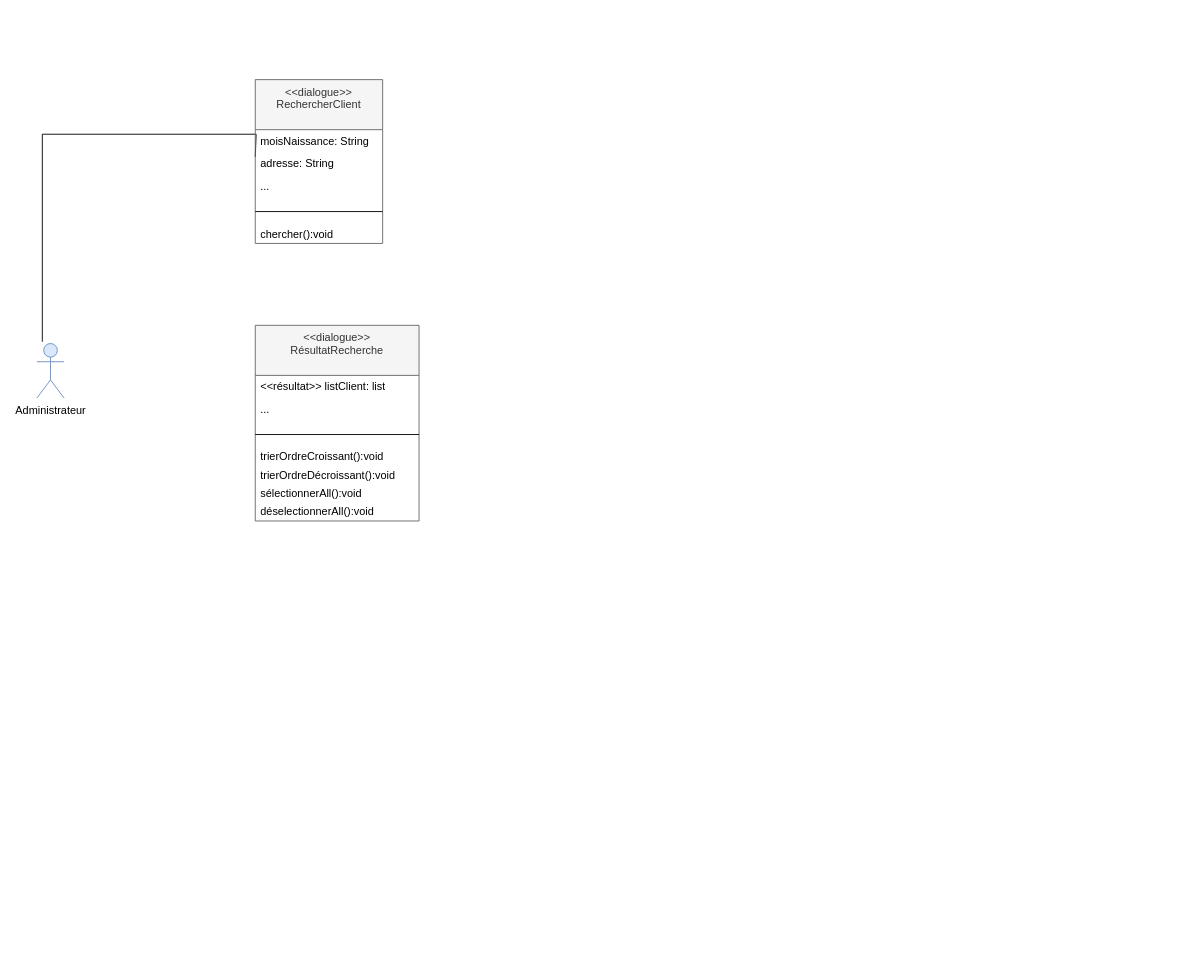
Earlier version of the draw.io diagram Diagramme-dcp-katina.drawio (kbvac/Diagramme-UML). Source tidied: cells renumbered, new cells numbered last; positions are measured from the earlier drawing's top-left corner, leaving out a move shared by most shapes. Both pictures are drawn from the tidied source at 91%, with x=0, y=0 at pixel (36, 79).
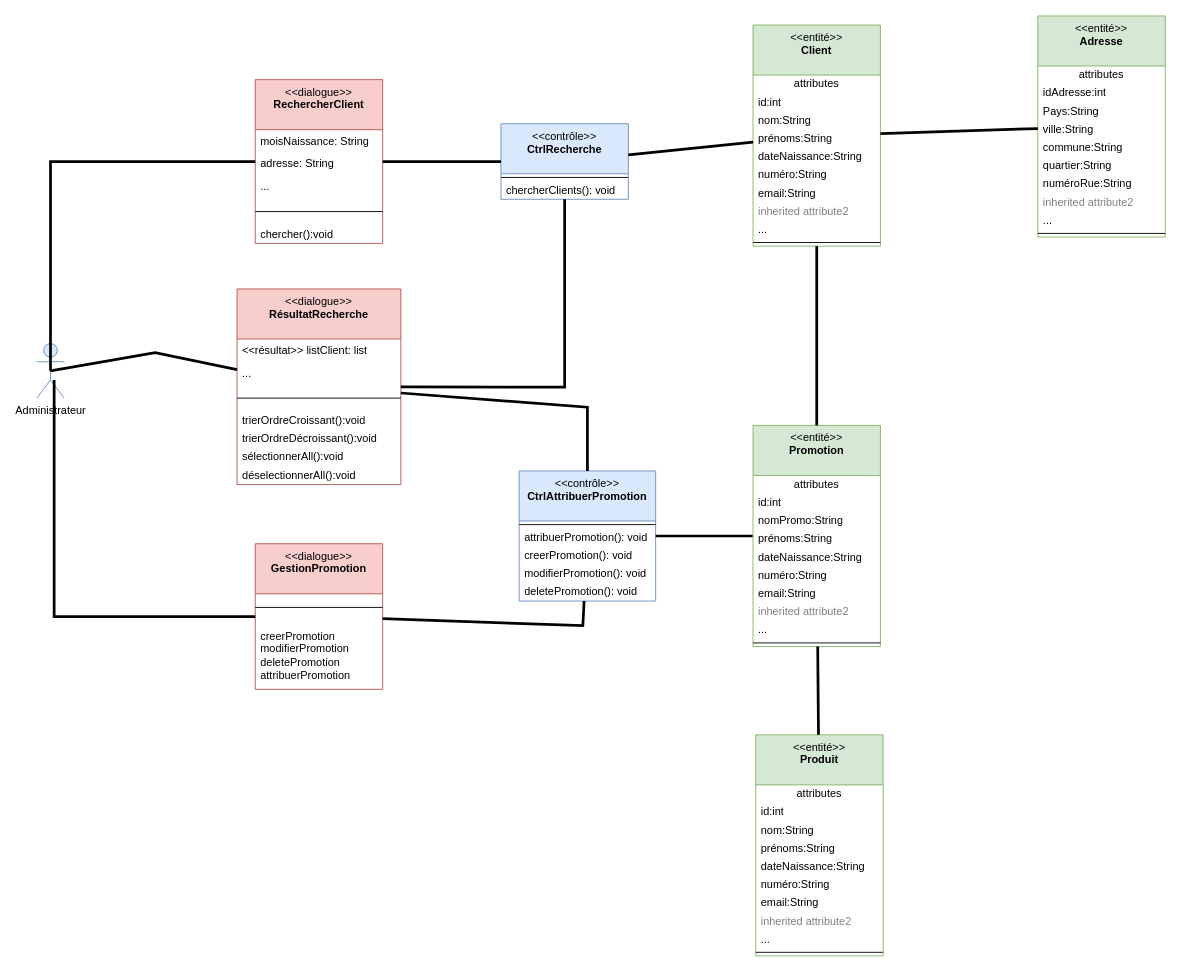
The same page after the edit.

Commit message (it also covers changes not shown here):
Mettre à jour Diagramme-dcp-katina.drawio

Unchanged cells that the change refers to:
```xml
<mxCell id="2" value="Administrateur" style="shape=umlActor;verticalLabelPosition=bottom;verticalAlign=top;html=1;fillColor=#dae8fc;strokeColor=#6c8ebf;" parent="1" vertex="1">
  <mxGeometry y="290" width="30" height="60" as="geometry" />
</mxCell>
```

Change to the diagram source:
```diff
@@
-    <mxCell id="3" style="endArrow=none;startArrow=none;endFill=0;startFill=0;endSize=8;html=1;verticalAlign=bottom;labelBackgroundColor=none;strokeWidth=1;rounded=0;exitX=0.2;exitY=-0.033;exitDx=0;exitDy=0;exitPerimeter=0;edgeStyle=orthogonalEdgeStyle;entryX=0;entryY=0.5;entryDx=0;entryDy=0;" parent="1" edge="1" source="2">
-      <mxGeometry relative="1" as="geometry">
-        <mxPoint x="240" y="85" as="targetPoint" />
-        <Array as="points">
-          <mxPoint x="6" y="60" />
-          <mxPoint x="241" y="60" />
-        </Array>
-      </mxGeometry>
-    </mxCell>
-    <mxCell id="4" value="&amp;lt;&amp;lt;dialogue&amp;gt;&amp;gt;&lt;br&gt;RechercherClient" style="swimlane;fontStyle=0;align=center;verticalAlign=top;horizontal=1;startSize=55;html=1;whiteSpace=wrap;fillColor=#f5f5f5;fontColor=#333333;strokeColor=#666666;" parent="1" vertex="1">
+    <mxCell id="4" value="&amp;lt;&amp;lt;dialogue&amp;gt;&amp;gt;&lt;br&gt;&lt;b&gt;RechercherClient&lt;/b&gt;" style="swimlane;fontStyle=0;align=center;verticalAlign=top;horizontal=1;startSize=55;html=1;whiteSpace=wrap;fillColor=#f8cecc;strokeColor=#b85450;" parent="1" vertex="1">
       <mxGeometry x="240" width="140" height="180" as="geometry" />
     </mxCell>
@@
-    <mxCell id="10" value="&amp;lt;&amp;lt;dialogue&amp;gt;&amp;gt;&lt;br&gt;RésultatRecherche" style="swimlane;fontStyle=0;align=center;verticalAlign=top;horizontal=1;startSize=55;html=1;whiteSpace=wrap;fillColor=#f5f5f5;fontColor=#333333;strokeColor=#666666;" parent="1" vertex="1">
-      <mxGeometry x="240" y="270" width="180" height="215" as="geometry" />
+    <mxCell id="10" value="&amp;lt;&amp;lt;dialogue&amp;gt;&amp;gt;&lt;br&gt;&lt;b&gt;RésultatRecherche&lt;/b&gt;" style="swimlane;fontStyle=0;align=center;verticalAlign=top;horizontal=1;startSize=55;html=1;whiteSpace=wrap;fillColor=#f8cecc;strokeColor=#b85450;" parent="1" vertex="1">
+      <mxGeometry x="220" y="230" width="180" height="215" as="geometry" />
     </mxCell>
@@
+    <mxCell id="18" value="&amp;lt;&amp;lt;contrôle&amp;gt;&amp;gt;&lt;br&gt;&lt;b&gt;CtrlRecherche&lt;/b&gt;" style="swimlane;fontStyle=0;align=center;verticalAlign=top;horizontal=1;startSize=55;html=1;whiteSpace=wrap;fillColor=#dae8fc;strokeColor=#6c8ebf;" parent="1" vertex="1">
+      <mxGeometry x="510" y="48.5" width="140" height="83" as="geometry" />
+    </mxCell>
+    <mxCell id="19" style="line;strokeWidth=1;fillColor=none;align=left;verticalAlign=middle;spacingTop=-1;spacingLeft=3;spacingRight=3;labelPosition=right;" parent="18" vertex="1">
+      <mxGeometry y="55" width="140" height="8" as="geometry" />
+    </mxCell>
+    <mxCell id="20" value="chercherClients(): void" style="text;html=1;strokeColor=none;fillColor=none;align=left;verticalAlign=middle;spacingLeft=4;spacingRight=4;overflow=hidden;whiteSpace=wrap;" parent="18" vertex="1">
+      <mxGeometry y="63" width="140" height="20" as="geometry" />
+    </mxCell>
+    <mxCell id="21" style="endArrow=none;startArrow=none;endFill=0;startFill=0;endSize=8;html=1;verticalAlign=bottom;labelBackgroundColor=none;strokeWidth=3;rounded=0;exitX=0.5;exitY=0.5;exitDx=0;exitDy=0;exitPerimeter=0;" parent="1" edge="1" source="2" target="10">
+      <mxGeometry relative="1" as="geometry">
+        <Array as="points">
+          <mxPoint x="130" y="300" />
+        </Array>
+      </mxGeometry>
+    </mxCell>
+    <mxCell id="22" style="endArrow=none;startArrow=none;endFill=0;startFill=0;endSize=8;html=1;verticalAlign=bottom;labelBackgroundColor=none;strokeWidth=3;rounded=0;exitX=0.5;exitY=0.5;exitDx=0;exitDy=0;exitPerimeter=0;" parent="1" edge="1" source="2" target="4">
+      <mxGeometry relative="1" as="geometry">
+        <Array as="points">
+          <mxPoint x="15" y="90" />
+        </Array>
+      </mxGeometry>
+    </mxCell>
+    <mxCell id="23" style="endArrow=none;startArrow=none;endFill=0;startFill=0;endSize=8;html=1;verticalAlign=bottom;labelBackgroundColor=none;strokeWidth=3;rounded=0;" parent="1" edge="1" source="4" target="18">
+      <mxGeometry relative="1" as="geometry" />
+    </mxCell>
+    <mxCell id="24" value="&amp;lt;&amp;lt;entité&amp;gt;&amp;gt;&lt;br&gt;&lt;b&gt;Client&lt;/b&gt;" style="swimlane;fontStyle=0;align=center;verticalAlign=top;horizontal=1;startSize=55;html=1;whiteSpace=wrap;fillColor=#d5e8d4;strokeColor=#82b366;" parent="1" vertex="1">
+      <mxGeometry x="787" y="-60" width="140" height="243" as="geometry" />
+    </mxCell>
+    <mxCell id="25" value="attributes" style="text;html=1;strokeColor=none;fillColor=none;align=center;verticalAlign=middle;spacingLeft=4;spacingRight=4;overflow=hidden;whiteSpace=wrap;" parent="24" vertex="1">
+      <mxGeometry y="55" width="140" height="20" as="geometry" />
+    </mxCell>
+    <mxCell id="26" value="id:int" style="text;html=1;strokeColor=none;fillColor=none;align=left;verticalAlign=middle;spacingLeft=4;spacingRight=4;overflow=hidden;whiteSpace=wrap;" parent="24" vertex="1">
+      <mxGeometry y="75" width="140" height="20" as="geometry" />
+    </mxCell>
+    <mxCell id="27" value="nom:String" style="text;html=1;strokeColor=none;fillColor=none;align=left;verticalAlign=middle;spacingLeft=4;spacingRight=4;overflow=hidden;whiteSpace=wrap;" parent="24" vertex="1">
+      <mxGeometry y="95" width="140" height="20" as="geometry" />
+    </mxCell>
+    <mxCell id="28" value="prénoms:String" style="text;html=1;strokeColor=none;fillColor=none;align=left;verticalAlign=middle;spacingLeft=4;spacingRight=4;overflow=hidden;whiteSpace=wrap;" parent="24" vertex="1">
+      <mxGeometry y="115" width="140" height="20" as="geometry" />
+    </mxCell>
+    <mxCell id="29" value="dateNaissance:String" style="text;html=1;strokeColor=none;fillColor=none;align=left;verticalAlign=middle;spacingLeft=4;spacingRight=4;overflow=hidden;whiteSpace=wrap;" parent="24" vertex="1">
+      <mxGeometry y="135" width="140" height="20" as="geometry" />
+    </mxCell>
+    <mxCell id="30" value="numéro:String" style="text;html=1;strokeColor=none;fillColor=none;align=left;verticalAlign=middle;spacingLeft=4;spacingRight=4;overflow=hidden;whiteSpace=wrap;" parent="24" vertex="1">
+      <mxGeometry y="155" width="140" height="20" as="geometry" />
+    </mxCell>
+    <mxCell id="31" value="email:String" style="text;html=1;strokeColor=none;fillColor=none;align=left;verticalAlign=middle;spacingLeft=4;spacingRight=4;overflow=hidden;whiteSpace=wrap;" parent="24" vertex="1">
+      <mxGeometry y="175" width="140" height="20" as="geometry" />
+    </mxCell>
+    <mxCell id="32" value="inherited attribute2" style="text;html=1;strokeColor=none;fillColor=none;align=left;verticalAlign=middle;spacingLeft=4;spacingRight=4;overflow=hidden;fontColor=#808080;whiteSpace=wrap;" parent="24" vertex="1">
+      <mxGeometry y="195" width="140" height="20" as="geometry" />
+    </mxCell>
+    <mxCell id="33" value="..." style="text;html=1;strokeColor=none;fillColor=none;align=left;verticalAlign=middle;spacingLeft=4;spacingRight=4;overflow=hidden;whiteSpace=wrap;" parent="24" vertex="1">
+      <mxGeometry y="215" width="140" height="20" as="geometry" />
+    </mxCell>
+    <mxCell id="34" style="line;strokeWidth=1;fillColor=none;align=left;verticalAlign=middle;spacingTop=-1;spacingLeft=3;spacingRight=3;labelPosition=right;" parent="24" vertex="1">
+      <mxGeometry y="235" width="140" height="8" as="geometry" />
+    </mxCell>
+    <mxCell id="35" style="endArrow=none;startArrow=none;endFill=0;startFill=0;endSize=8;html=1;verticalAlign=bottom;labelBackgroundColor=none;strokeWidth=3;rounded=0;" parent="1" edge="1" source="18" target="24">
+      <mxGeometry relative="1" as="geometry" />
+    </mxCell>
+    <mxCell id="36" value="&amp;lt;&amp;lt;entité&amp;gt;&amp;gt;&lt;br&gt;&lt;b&gt;Adresse&lt;/b&gt;" style="swimlane;fontStyle=0;align=center;verticalAlign=top;horizontal=1;startSize=55;html=1;whiteSpace=wrap;fillColor=#d5e8d4;strokeColor=#82b366;" parent="1" vertex="1">
+      <mxGeometry x="1100" y="-70" width="140" height="243" as="geometry" />
+    </mxCell>
+    <mxCell id="37" value="attributes" style="text;html=1;strokeColor=none;fillColor=none;align=center;verticalAlign=middle;spacingLeft=4;spacingRight=4;overflow=hidden;whiteSpace=wrap;" parent="36" vertex="1">
+      <mxGeometry y="55" width="140" height="20" as="geometry" />
+    </mxCell>
+    <mxCell id="38" value="idAdresse:int" style="text;html=1;strokeColor=none;fillColor=none;align=left;verticalAlign=middle;spacingLeft=4;spacingRight=4;overflow=hidden;whiteSpace=wrap;" parent="36" vertex="1">
+      <mxGeometry y="75" width="140" height="20" as="geometry" />
+    </mxCell>
+    <mxCell id="39" value="Pays:String" style="text;html=1;strokeColor=none;fillColor=none;align=left;verticalAlign=middle;spacingLeft=4;spacingRight=4;overflow=hidden;whiteSpace=wrap;" parent="36" vertex="1">
+      <mxGeometry y="95" width="140" height="20" as="geometry" />
+    </mxCell>
+    <mxCell id="40" value="ville:String" style="text;html=1;strokeColor=none;fillColor=none;align=left;verticalAlign=middle;spacingLeft=4;spacingRight=4;overflow=hidden;whiteSpace=wrap;" parent="36" vertex="1">
+      <mxGeometry y="115" width="140" height="20" as="geometry" />
+    </mxCell>
+    <mxCell id="41" value="commune:String" style="text;html=1;strokeColor=none;fillColor=none;align=left;verticalAlign=middle;spacingLeft=4;spacingRight=4;overflow=hidden;whiteSpace=wrap;" parent="36" vertex="1">
+      <mxGeometry y="135" width="140" height="20" as="geometry" />
+    </mxCell>
+    <mxCell id="42" value="quartier:String" style="text;html=1;strokeColor=none;fillColor=none;align=left;verticalAlign=middle;spacingLeft=4;spacingRight=4;overflow=hidden;whiteSpace=wrap;" parent="36" vertex="1">
+      <mxGeometry y="155" width="140" height="20" as="geometry" />
+    </mxCell>
+    <mxCell id="43" value="numéroRue:String" style="text;html=1;strokeColor=none;fillColor=none;align=left;verticalAlign=middle;spacingLeft=4;spacingRight=4;overflow=hidden;whiteSpace=wrap;" parent="36" vertex="1">
+      <mxGeometry y="175" width="140" height="20" as="geometry" />
+    </mxCell>
+    <mxCell id="44" value="inherited attribute2" style="text;html=1;strokeColor=none;fillColor=none;align=left;verticalAlign=middle;spacingLeft=4;spacingRight=4;overflow=hidden;fontColor=#808080;whiteSpace=wrap;" parent="36" vertex="1">
+      <mxGeometry y="195" width="140" height="20" as="geometry" />
+    </mxCell>
+    <mxCell id="45" value="..." style="text;html=1;strokeColor=none;fillColor=none;align=left;verticalAlign=middle;spacingLeft=4;spacingRight=4;overflow=hidden;whiteSpace=wrap;" parent="36" vertex="1">
+      <mxGeometry y="215" width="140" height="20" as="geometry" />
+    </mxCell>
+    <mxCell id="46" style="line;strokeWidth=1;fillColor=none;align=left;verticalAlign=middle;spacingTop=-1;spacingLeft=3;spacingRight=3;labelPosition=right;" parent="36" vertex="1">
+      <mxGeometry y="235" width="140" height="8" as="geometry" />
+    </mxCell>
+    <mxCell id="47" style="endArrow=none;startArrow=none;endFill=0;startFill=0;endSize=8;html=1;verticalAlign=bottom;labelBackgroundColor=none;strokeWidth=3;rounded=0;" parent="1" edge="1" source="24" target="36">
+      <mxGeometry relative="1" as="geometry" />
+    </mxCell>
+    <mxCell id="48" style="endArrow=none;startArrow=none;endFill=0;startFill=0;endSize=8;html=1;verticalAlign=bottom;labelBackgroundColor=none;strokeWidth=3;rounded=0;" parent="1" edge="1" source="10" target="18">
+      <mxGeometry relative="1" as="geometry">
+        <Array as="points">
+          <mxPoint x="580" y="338" />
+        </Array>
+      </mxGeometry>
+    </mxCell>
+    <mxCell id="49" value="&amp;lt;&amp;lt;contrôle&amp;gt;&amp;gt;&lt;br&gt;&lt;b&gt;CtrlAttribuerPromotion&lt;/b&gt;" style="swimlane;fontStyle=0;align=center;verticalAlign=top;horizontal=1;startSize=55;html=1;whiteSpace=wrap;fillColor=#dae8fc;strokeColor=#6c8ebf;" parent="1" vertex="1">
+      <mxGeometry x="530" y="430" width="150" height="143" as="geometry" />
+    </mxCell>
+    <mxCell id="50" style="line;strokeWidth=1;fillColor=none;align=left;verticalAlign=middle;spacingTop=-1;spacingLeft=3;spacingRight=3;labelPosition=right;" parent="49" vertex="1">
+      <mxGeometry y="55" width="150" height="8" as="geometry" />
+    </mxCell>
+    <mxCell id="51" value="attribuerPromotion(): void" style="text;html=1;strokeColor=none;fillColor=none;align=left;verticalAlign=middle;spacingLeft=4;spacingRight=4;overflow=hidden;whiteSpace=wrap;" parent="49" vertex="1">
+      <mxGeometry y="63" width="150" height="20" as="geometry" />
+    </mxCell>
+    <mxCell id="52" value="creerPromotion(): void" style="text;html=1;strokeColor=none;fillColor=none;align=left;verticalAlign=middle;spacingLeft=4;spacingRight=4;overflow=hidden;whiteSpace=wrap;" parent="49" vertex="1">
+      <mxGeometry y="83" width="150" height="20" as="geometry" />
+    </mxCell>
+    <mxCell id="53" value="modifierPromotion(): void" style="text;html=1;strokeColor=none;fillColor=none;align=left;verticalAlign=middle;spacingLeft=4;spacingRight=4;overflow=hidden;whiteSpace=wrap;" parent="49" vertex="1">
+      <mxGeometry y="103" width="150" height="20" as="geometry" />
+    </mxCell>
+    <mxCell id="54" value="deletePromotion(): void" style="text;html=1;strokeColor=none;fillColor=none;align=left;verticalAlign=middle;spacingLeft=4;spacingRight=4;overflow=hidden;whiteSpace=wrap;" parent="49" vertex="1">
+      <mxGeometry y="123" width="150" height="20" as="geometry" />
+    </mxCell>
+    <mxCell id="55" style="endArrow=none;startArrow=none;endFill=0;startFill=0;endSize=8;html=1;verticalAlign=bottom;labelBackgroundColor=none;strokeWidth=3;rounded=0;" parent="1" edge="1" source="10" target="49">
+      <mxGeometry relative="1" as="geometry">
+        <Array as="points">
+          <mxPoint x="605" y="360" />
+        </Array>
+      </mxGeometry>
+    </mxCell>
+    <mxCell id="56" value="&amp;lt;&amp;lt;dialogue&amp;gt;&amp;gt;&lt;br&gt;&lt;b&gt;GestionPromotion&lt;/b&gt;" style="swimlane;fontStyle=0;align=center;verticalAlign=top;horizontal=1;startSize=55;html=1;whiteSpace=wrap;fillColor=#f8cecc;strokeColor=#b85450;" parent="1" vertex="1">
+      <mxGeometry x="240" y="510" width="140" height="160" as="geometry" />
+    </mxCell>
+    <mxCell id="57" style="line;strokeWidth=1;fillColor=none;align=left;verticalAlign=middle;spacingTop=-1;spacingLeft=3;spacingRight=3;labelPosition=right;" parent="56" vertex="1">
+      <mxGeometry y="55" width="140" height="30" as="geometry" />
+    </mxCell>
+    <mxCell id="58" value="creerPromotion&lt;br&gt;modifierPromotion&lt;br&gt;deletePromotion&lt;br&gt;attribuerPromotion" style="text;html=1;strokeColor=none;fillColor=none;align=left;verticalAlign=middle;spacingLeft=4;spacingRight=4;overflow=hidden;whiteSpace=wrap;" parent="56" vertex="1">
+      <mxGeometry y="85" width="140" height="75" as="geometry" />
+    </mxCell>
+    <mxCell id="59" style="endArrow=none;startArrow=none;endFill=0;startFill=0;endSize=8;html=1;verticalAlign=bottom;labelBackgroundColor=none;strokeWidth=3;rounded=0;exitX=0.633;exitY=0.667;exitDx=0;exitDy=0;exitPerimeter=0;" parent="1" edge="1" source="2" target="56">
+      <mxGeometry relative="1" as="geometry">
+        <Array as="points">
+          <mxPoint x="19" y="590" />
+        </Array>
+      </mxGeometry>
+    </mxCell>
+    <mxCell id="60" style="endArrow=none;startArrow=none;endFill=0;startFill=0;endSize=8;html=1;verticalAlign=bottom;labelBackgroundColor=none;strokeWidth=3;rounded=0;" parent="1" edge="1" source="56" target="49">
+      <mxGeometry relative="1" as="geometry">
+        <Array as="points">
+          <mxPoint x="600" y="600" />
+        </Array>
+      </mxGeometry>
+    </mxCell>
+    <mxCell id="61" style="endArrow=none;startArrow=none;endFill=0;startFill=0;endSize=8;html=1;verticalAlign=bottom;labelBackgroundColor=none;strokeWidth=3;rounded=0;" parent="1" edge="1" source="49" target="62">
+      <mxGeometry relative="1" as="geometry" />
+    </mxCell>
+    <mxCell id="62" value="&amp;lt;&amp;lt;entité&amp;gt;&amp;gt;&lt;br&gt;&lt;b&gt;Promotion&lt;/b&gt;" style="swimlane;fontStyle=0;align=center;verticalAlign=top;horizontal=1;startSize=55;html=1;whiteSpace=wrap;fillColor=#d5e8d4;strokeColor=#82b366;" parent="1" vertex="1">
+      <mxGeometry x="787" y="380" width="140" height="243" as="geometry" />
+    </mxCell>
+    <mxCell id="63" value="attributes" style="text;html=1;strokeColor=none;fillColor=none;align=center;verticalAlign=middle;spacingLeft=4;spacingRight=4;overflow=hidden;whiteSpace=wrap;" parent="62" vertex="1">
+      <mxGeometry y="55" width="140" height="20" as="geometry" />
+    </mxCell>
+    <mxCell id="64" value="id:int" style="text;html=1;strokeColor=none;fillColor=none;align=left;verticalAlign=middle;spacingLeft=4;spacingRight=4;overflow=hidden;whiteSpace=wrap;" parent="62" vertex="1">
+      <mxGeometry y="75" width="140" height="20" as="geometry" />
+    </mxCell>
+    <mxCell id="65" value="nomPromo:String" style="text;html=1;strokeColor=none;fillColor=none;align=left;verticalAlign=middle;spacingLeft=4;spacingRight=4;overflow=hidden;whiteSpace=wrap;" parent="62" vertex="1">
+      <mxGeometry y="95" width="140" height="20" as="geometry" />
+    </mxCell>
+    <mxCell id="66" value="prénoms:String" style="text;html=1;strokeColor=none;fillColor=none;align=left;verticalAlign=middle;spacingLeft=4;spacingRight=4;overflow=hidden;whiteSpace=wrap;" parent="62" vertex="1">
+      <mxGeometry y="115" width="140" height="20" as="geometry" />
+    </mxCell>
+    <mxCell id="67" value="dateNaissance:String" style="text;html=1;strokeColor=none;fillColor=none;align=left;verticalAlign=middle;spacingLeft=4;spacingRight=4;overflow=hidden;whiteSpace=wrap;" parent="62" vertex="1">
+      <mxGeometry y="135" width="140" height="20" as="geometry" />
+    </mxCell>
+    <mxCell id="68" value="numéro:String" style="text;html=1;strokeColor=none;fillColor=none;align=left;verticalAlign=middle;spacingLeft=4;spacingRight=4;overflow=hidden;whiteSpace=wrap;" parent="62" vertex="1">
+      <mxGeometry y="155" width="140" height="20" as="geometry" />
+    </mxCell>
+    <mxCell id="69" value="email:String" style="text;html=1;strokeColor=none;fillColor=none;align=left;verticalAlign=middle;spacingLeft=4;spacingRight=4;overflow=hidden;whiteSpace=wrap;" parent="62" vertex="1">
+      <mxGeometry y="175" width="140" height="20" as="geometry" />
+    </mxCell>
+    <mxCell id="70" value="inherited attribute2" style="text;html=1;strokeColor=none;fillColor=none;align=left;verticalAlign=middle;spacingLeft=4;spacingRight=4;overflow=hidden;fontColor=#808080;whiteSpace=wrap;" parent="62" vertex="1">
+      <mxGeometry y="195" width="140" height="20" as="geometry" />
+    </mxCell>
+    <mxCell id="71" value="..." style="text;html=1;strokeColor=none;fillColor=none;align=left;verticalAlign=middle;spacingLeft=4;spacingRight=4;overflow=hidden;whiteSpace=wrap;" parent="62" vertex="1">
+      <mxGeometry y="215" width="140" height="20" as="geometry" />
+    </mxCell>
+    <mxCell id="72" style="line;strokeWidth=1;fillColor=none;align=left;verticalAlign=middle;spacingTop=-1;spacingLeft=3;spacingRight=3;labelPosition=right;" parent="62" vertex="1">
+      <mxGeometry y="235" width="140" height="8" as="geometry" />
+    </mxCell>
+    <mxCell id="73" style="endArrow=none;startArrow=none;endFill=0;startFill=0;endSize=8;html=1;verticalAlign=bottom;labelBackgroundColor=none;strokeWidth=3;rounded=0;" parent="1" edge="1" source="24" target="62">
+      <mxGeometry relative="1" as="geometry" />
+    </mxCell>
+    <mxCell id="74" value="&amp;lt;&amp;lt;entité&amp;gt;&amp;gt;&lt;br&gt;&lt;b&gt;Produit&lt;/b&gt;" style="swimlane;fontStyle=0;align=center;verticalAlign=top;horizontal=1;startSize=55;html=1;whiteSpace=wrap;fillColor=#d5e8d4;strokeColor=#82b366;" parent="1" vertex="1">
+      <mxGeometry x="790" y="720" width="140" height="243" as="geometry" />
+    </mxCell>
+    <mxCell id="75" value="attributes" style="text;html=1;strokeColor=none;fillColor=none;align=center;verticalAlign=middle;spacingLeft=4;spacingRight=4;overflow=hidden;whiteSpace=wrap;" parent="74" vertex="1">
+      <mxGeometry y="55" width="140" height="20" as="geometry" />
+    </mxCell>
+    <mxCell id="76" value="id:int" style="text;html=1;strokeColor=none;fillColor=none;align=left;verticalAlign=middle;spacingLeft=4;spacingRight=4;overflow=hidden;whiteSpace=wrap;" parent="74" vertex="1">
+      <mxGeometry y="75" width="140" height="20" as="geometry" />
+    </mxCell>
+    <mxCell id="77" value="nom:String" style="text;html=1;strokeColor=none;fillColor=none;align=left;verticalAlign=middle;spacingLeft=4;spacingRight=4;overflow=hidden;whiteSpace=wrap;" parent="74" vertex="1">
+      <mxGeometry y="95" width="140" height="20" as="geometry" />
+    </mxCell>
+    <mxCell id="78" value="prénoms:String" style="text;html=1;strokeColor=none;fillColor=none;align=left;verticalAlign=middle;spacingLeft=4;spacingRight=4;overflow=hidden;whiteSpace=wrap;" parent="74" vertex="1">
+      <mxGeometry y="115" width="140" height="20" as="geometry" />
+    </mxCell>
+    <mxCell id="79" value="dateNaissance:String" style="text;html=1;strokeColor=none;fillColor=none;align=left;verticalAlign=middle;spacingLeft=4;spacingRight=4;overflow=hidden;whiteSpace=wrap;" parent="74" vertex="1">
+      <mxGeometry y="135" width="140" height="20" as="geometry" />
+    </mxCell>
+    <mxCell id="80" value="numéro:String" style="text;html=1;strokeColor=none;fillColor=none;align=left;verticalAlign=middle;spacingLeft=4;spacingRight=4;overflow=hidden;whiteSpace=wrap;" parent="74" vertex="1">
+      <mxGeometry y="155" width="140" height="20" as="geometry" />
+    </mxCell>
+    <mxCell id="81" value="email:String" style="text;html=1;strokeColor=none;fillColor=none;align=left;verticalAlign=middle;spacingLeft=4;spacingRight=4;overflow=hidden;whiteSpace=wrap;" parent="74" vertex="1">
+      <mxGeometry y="175" width="140" height="20" as="geometry" />
+    </mxCell>
+    <mxCell id="82" value="inherited attribute2" style="text;html=1;strokeColor=none;fillColor=none;align=left;verticalAlign=middle;spacingLeft=4;spacingRight=4;overflow=hidden;fontColor=#808080;whiteSpace=wrap;" parent="74" vertex="1">
+      <mxGeometry y="195" width="140" height="20" as="geometry" />
+    </mxCell>
+    <mxCell id="83" value="..." style="text;html=1;strokeColor=none;fillColor=none;align=left;verticalAlign=middle;spacingLeft=4;spacingRight=4;overflow=hidden;whiteSpace=wrap;" parent="74" vertex="1">
+      <mxGeometry y="215" width="140" height="20" as="geometry" />
+    </mxCell>
+    <mxCell id="84" style="line;strokeWidth=1;fillColor=none;align=left;verticalAlign=middle;spacingTop=-1;spacingLeft=3;spacingRight=3;labelPosition=right;" parent="74" vertex="1">
+      <mxGeometry y="235" width="140" height="8" as="geometry" />
+    </mxCell>
+    <mxCell id="85" style="endArrow=none;startArrow=none;endFill=0;startFill=0;endSize=8;html=1;verticalAlign=bottom;labelBackgroundColor=none;strokeWidth=3;rounded=0;" parent="1" edge="1" source="62" target="74">
+      <mxGeometry relative="1" as="geometry" />
+    </mxCell>
```
